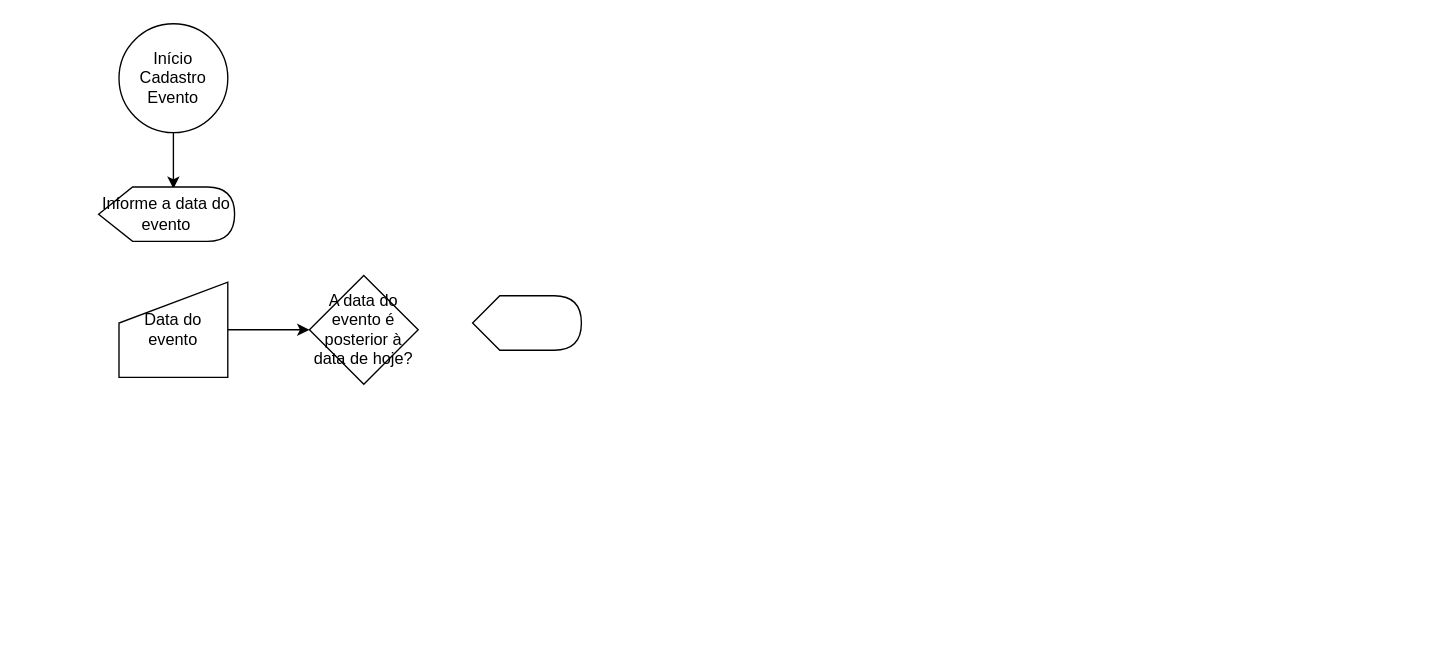
Earlier version of the draw.io diagram Atividade-1.drawio (helenaalbino/senai-logica-programacao). Source tidied: cells renumbered, new cells numbered last; positions are measured from the earlier drawing's top-left corner, leaving out a move shared by most shapes. Both pictures are drawn from the tidied source at 136%, with x=0, y=0 at pixel (98, 23).
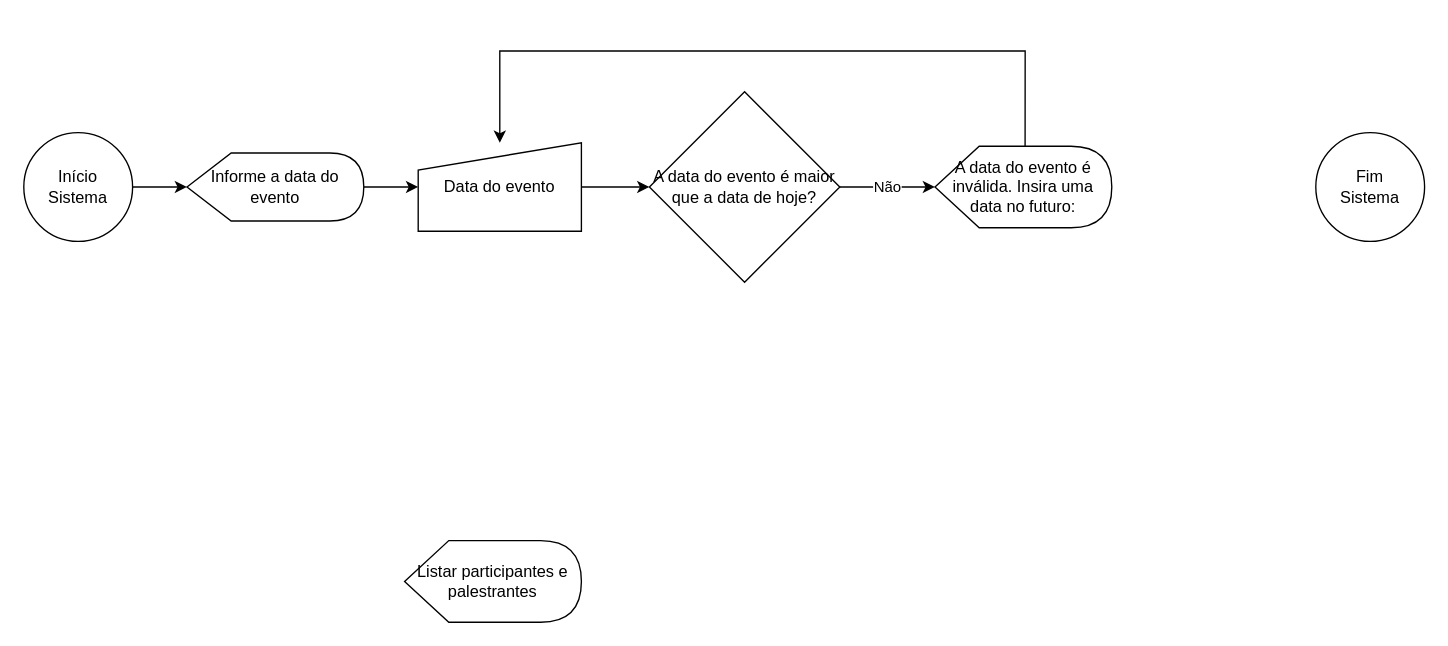
Above is the later version.

The edit, as a diff of the source:
```diff
@@
 <mxGraphModel>
   <root>
     <mxCell id="0" />
     <mxCell id="1" parent="0" />
-    <mxCell id="2" style="edgeStyle=orthogonalEdgeStyle;rounded=0;jettySize=auto;html=1;exitX=0.5;exitY=1;exitDx=0;exitDy=0;entryX=0.55;entryY=0.033;entryDx=0;entryDy=0;entryPerimeter=0;" parent="1" edge="1" source="3" target="4">
-      <mxGeometry relative="1" as="geometry" />
-    </mxCell>
+    <mxCell id="9" style="edgeStyle=orthogonalEdgeStyle;rounded=0;jettySize=auto;html=1;exitX=1;exitY=0.5;exitDx=0;exitDy=0;entryX=0;entryY=0.5;entryDx=0;entryDy=0;entryPerimeter=0;" parent="1" edge="1" source="3">
+      <mxGeometry relative="1" as="geometry">
+        <mxPoint x="65" y="120" as="targetPoint" />
+      </mxGeometry>
+    </mxCell>
-    <mxCell id="3" value="Início&lt;br&gt;Cadastro Evento" style="ellipse;whiteSpace=wrap;html=1;" parent="1" vertex="1">
-      <mxGeometry x="15" width="80" height="80" as="geometry" />
+    <mxCell id="3" value="Início&lt;br&gt;Sistema" style="ellipse;whiteSpace=wrap;html=1;" parent="1" vertex="1">
+      <mxGeometry x="-55" y="80" width="80" height="80" as="geometry" />
     </mxCell>
+    <mxCell id="10" style="edgeStyle=orthogonalEdgeStyle;rounded=0;jettySize=auto;html=1;exitX=1;exitY=0.5;exitDx=0;exitDy=0;exitPerimeter=0;entryX=0;entryY=0.5;entryDx=0;entryDy=0;" parent="1" edge="1" source="4" target="6">
+      <mxGeometry relative="1" as="geometry" />
+    </mxCell>
     <mxCell id="4" value="Informe a data do evento" style="shape=display;whiteSpace=wrap;html=1;" parent="1" vertex="1">
-      <mxGeometry y="120" width="100" height="40" as="geometry" />
+      <mxGeometry x="65" y="95" width="130" height="50" as="geometry" />
     </mxCell>
-    <mxCell id="5" style="edgeStyle=orthogonalEdgeStyle;rounded=0;jettySize=auto;html=1;" parent="1" edge="1" source="6" target="7">
+    <mxCell id="5" style="edgeStyle=orthogonalEdgeStyle;rounded=0;jettySize=auto;html=1;exitX=1;exitY=0.5;exitDx=0;exitDy=0;entryX=0;entryY=0.5;entryDx=0;entryDy=0;" parent="1" edge="1" source="6" target="7">
       <mxGeometry relative="1" as="geometry" />
     </mxCell>
-    <mxCell id="6" value="Data do evento" style="shape=manualInput;whiteSpace=wrap;html=1;" parent="1" vertex="1">
-      <mxGeometry x="15" y="190" width="80" height="70" as="geometry" />
+    <mxCell id="6" value="Data do evento" style="shape=manualInput;whiteSpace=wrap;html=1;size=20;" parent="1" vertex="1">
+      <mxGeometry x="235" y="87.5" width="120" height="65" as="geometry" />
     </mxCell>
+    <mxCell id="11" value="Não" style="edgeStyle=orthogonalEdgeStyle;rounded=0;jettySize=auto;html=1;exitX=1;exitY=0.5;exitDx=0;exitDy=0;entryX=0;entryY=0.5;entryDx=0;entryDy=0;entryPerimeter=0;" parent="1" edge="1" source="7" target="14">
+      <mxGeometry relative="1" as="geometry" />
+    </mxCell>
-    <mxCell id="7" value="A data do evento é posterior à data de hoje?" style="rhombus;whiteSpace=wrap;html=1;" parent="1" vertex="1">
-      <mxGeometry x="155" y="185" width="80" height="80" as="geometry" />
+    <mxCell id="7" value="A data do evento é maior que a data de hoje?" style="rhombus;whiteSpace=wrap;html=1;" parent="1" vertex="1">
+      <mxGeometry x="405" y="50" width="140" height="140" as="geometry" />
     </mxCell>
-    <mxCell id="8" style="shape=display;whiteSpace=wrap;html=1;" parent="1" vertex="1">
-      <mxGeometry x="275" y="200" width="80" height="40" as="geometry" />
-    </mxCell>
+    <mxCell id="12" value="Fim&lt;br&gt;Sistema" style="ellipse;whiteSpace=wrap;html=1;" parent="1" vertex="1">
+      <mxGeometry x="895" y="80" width="80" height="80" as="geometry" />
+    </mxCell>
+    <mxCell id="13" style="edgeStyle=orthogonalEdgeStyle;rounded=0;jettySize=auto;html=1;exitX=0;exitY=0;exitDx=66.25;exitDy=0;exitPerimeter=0;entryX=0.5;entryY=0;entryDx=0;entryDy=0;" parent="1" edge="1" source="14" target="6">
+      <mxGeometry relative="1" as="geometry">
+        <Array as="points">
+          <mxPoint x="681" y="20" />
+          <mxPoint x="295" y="20" />
+        </Array>
+      </mxGeometry>
+    </mxCell>
+    <mxCell id="14" value="A data do evento é inválida. Insira uma data no futuro:" style="shape=display;whiteSpace=wrap;html=1;" parent="1" vertex="1">
+      <mxGeometry x="615" y="90" width="130" height="60" as="geometry" />
+    </mxCell>
+    <mxCell id="15" value="Listar participantes e palestrantes" style="shape=display;whiteSpace=wrap;html=1;" parent="1" vertex="1">
+      <mxGeometry x="225" y="380" width="130" height="60" as="geometry" />
+    </mxCell>
   </root>
 </mxGraphModel>
```
